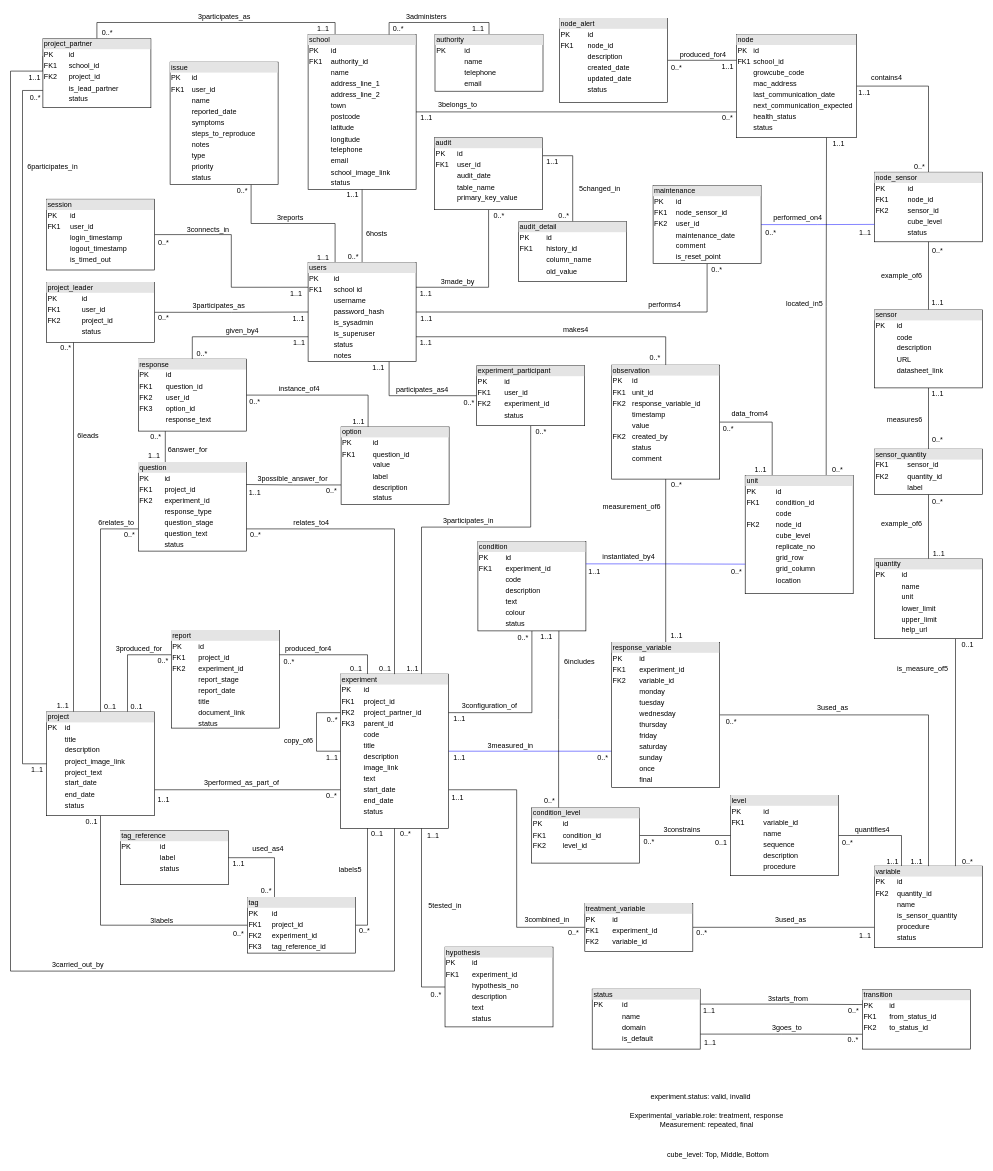
Above: Documentation/ER diagram dandelion.drawio in Dandelion-dev-team/dandelion (draw.io), before the change. Source tidied: cells renumbered, new cells numbered last; positions are measured from the earlier drawing's top-left corner, leaving out a move shared by most shapes. Both pictures are drawn from the tidied source at 60%, with x=0, y=0 at pixel (10, 10).
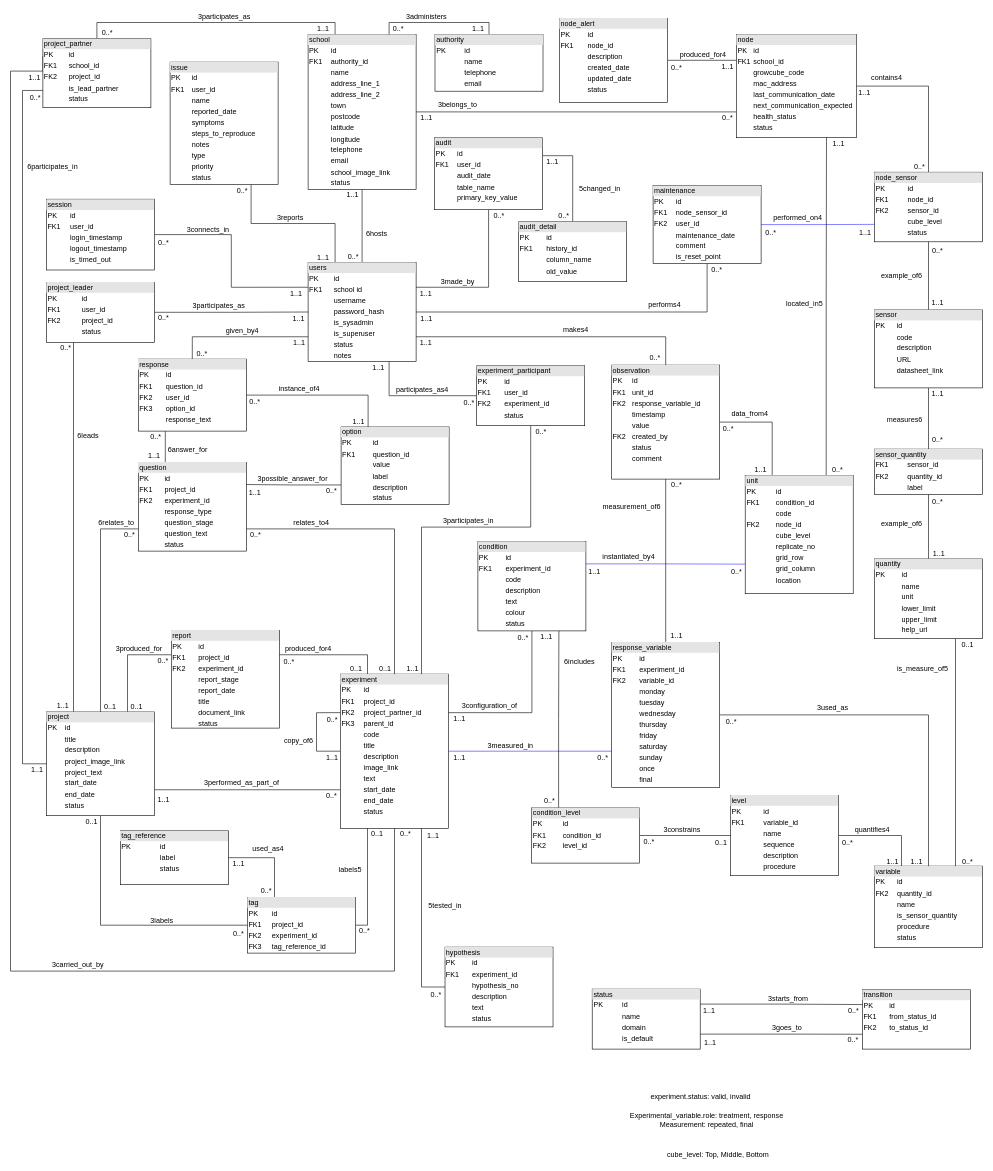
The same page after the edit.

Unchanged cells that the change refers to:
```xml
<mxCell id="22" value="&lt;div style=&quot;box-sizing: border-box ; width: 100% ; background: #e4e4e4 ; padding: 2px&quot;&gt;experiment&lt;/div&gt;&lt;table style=&quot;width: 100% ; font-size: 1em&quot; cellpadding=&quot;2&quot; cellspacing=&quot;0&quot;&gt;&lt;tbody&gt;&lt;tr&gt;&lt;td&gt;PK&lt;/td&gt;&lt;td&gt;id&lt;/td&gt;&lt;/tr&gt;&lt;tr&gt;&lt;td&gt;FK1&lt;/td&gt;&lt;td&gt;project_id&lt;/td&gt;&lt;/tr&gt;&lt;tr&gt;&lt;td&gt;FK2&lt;/td&gt;&lt;td&gt;project_partner_id&lt;/td&gt;&lt;/tr&gt;&lt;tr&gt;&lt;td&gt;FK3&lt;/td&gt;&lt;td&gt;parent_id&lt;/td&gt;&lt;/tr&gt;&lt;tr&gt;&lt;td&gt;&lt;/td&gt;&lt;td&gt;code&lt;/td&gt;&lt;/tr&gt;&lt;tr&gt;&lt;td&gt;&lt;br&gt;&lt;/td&gt;&lt;td&gt;title&lt;/td&gt;&lt;/tr&gt;&lt;tr&gt;&lt;td&gt;&lt;br&gt;&lt;/td&gt;&lt;td&gt;description&lt;/td&gt;&lt;/tr&gt;&lt;tr&gt;&lt;td&gt;&lt;br&gt;&lt;/td&gt;&lt;td&gt;image_link&lt;/td&gt;&lt;/tr&gt;&lt;tr&gt;&lt;td&gt;&lt;br&gt;&lt;/td&gt;&lt;td&gt;text&lt;/td&gt;&lt;/tr&gt;&lt;tr&gt;&lt;td&gt;&lt;br&gt;&lt;/td&gt;&lt;td&gt;start_date&lt;/td&gt;&lt;/tr&gt;&lt;tr&gt;&lt;td&gt;&lt;br&gt;&lt;/td&gt;&lt;td&gt;end_date&lt;/td&gt;&lt;/tr&gt;&lt;tr&gt;&lt;td&gt;&lt;br&gt;&lt;/td&gt;&lt;td&gt;status&lt;/td&gt;&lt;/tr&gt;&lt;/tbody&gt;&lt;/table&gt;" style="verticalAlign=top;align=left;overflow=fill;html=1;" parent="1" vertex="1">
  <mxGeometry x="550" y="1106" width="180" height="257" as="geometry" />
</mxCell>
<mxCell id="26" value="&lt;div style=&quot;box-sizing: border-box ; width: 100% ; background: #e4e4e4 ; padding: 2px&quot;&gt;variable&lt;/div&gt;&lt;table style=&quot;width: 100% ; font-size: 1em&quot; cellpadding=&quot;2&quot; cellspacing=&quot;0&quot;&gt;&lt;tbody&gt;&lt;tr&gt;&lt;td&gt;PK&lt;/td&gt;&lt;td&gt;id&lt;/td&gt;&lt;/tr&gt;&lt;tr&gt;&lt;td&gt;FK2&lt;/td&gt;&lt;td&gt;quantity_id&lt;/td&gt;&lt;/tr&gt;&lt;tr&gt;&lt;td&gt;&lt;br&gt;&lt;/td&gt;&lt;td&gt;name&lt;/td&gt;&lt;/tr&gt;&lt;tr&gt;&lt;td&gt;&lt;br&gt;&lt;/td&gt;&lt;td&gt;is_sensor_quantity&lt;/td&gt;&lt;/tr&gt;&lt;tr&gt;&lt;td&gt;&lt;br&gt;&lt;/td&gt;&lt;td&gt;procedure&lt;/td&gt;&lt;/tr&gt;&lt;tr&gt;&lt;td&gt;&lt;br&gt;&lt;/td&gt;&lt;td&gt;status&lt;/td&gt;&lt;/tr&gt;&lt;/tbody&gt;&lt;/table&gt;" style="verticalAlign=top;align=left;overflow=fill;html=1;" parent="1" vertex="1">
  <mxGeometry x="1440" y="1426" width="180" height="136" as="geometry" />
</mxCell>
```

What changed in the source:
```diff
@@
-    <mxCell id="20" style="edgeStyle=orthogonalEdgeStyle;rounded=0;jettySize=auto;html=1;exitX=1;exitY=0.75;exitDx=0;exitDy=0;entryX=0;entryY=0.5;entryDx=0;entryDy=0;endArrow=none;endFill=0;" parent="1" edge="1" source="22" target="182">
-      <mxGeometry relative="1" as="geometry" />
-    </mxCell>
@@
-    <mxCell id="25" style="edgeStyle=orthogonalEdgeStyle;rounded=0;jettySize=auto;html=1;entryX=1;entryY=0.5;entryDx=0;entryDy=0;endArrow=none;endFill=0;exitX=0;exitY=0.75;exitDx=0;exitDy=0;" parent="1" edge="1" source="26" target="182">
-      <mxGeometry relative="1" as="geometry" />
-    </mxCell>
@@
-    <mxCell id="182" value="&lt;div style=&quot;box-sizing: border-box ; width: 100% ; background: #e4e4e4 ; padding: 2px&quot;&gt;treatment_variable&lt;/div&gt;&lt;table style=&quot;width: 100% ; font-size: 1em&quot; cellpadding=&quot;2&quot; cellspacing=&quot;0&quot;&gt;&lt;tbody&gt;&lt;tr&gt;&lt;td&gt;PK&lt;/td&gt;&lt;td&gt;id&lt;/td&gt;&lt;/tr&gt;&lt;tr&gt;&lt;td&gt;FK1&lt;/td&gt;&lt;td&gt;experiment_id&lt;/td&gt;&lt;/tr&gt;&lt;tr&gt;&lt;td&gt;FK2&lt;/td&gt;&lt;td&gt;variable_id&lt;/td&gt;&lt;/tr&gt;&lt;/tbody&gt;&lt;/table&gt;" style="verticalAlign=top;align=left;overflow=fill;html=1;" parent="1" vertex="1">
-      <mxGeometry x="957.2" y="1488" width="180" height="80" as="geometry" />
-    </mxCell>
@@
-    <mxCell id="194" value="1..1" style="text;html=1;align=center;verticalAlign=middle;strokeColor=none;fillColor=none;" parent="1" vertex="1">
-      <mxGeometry x="725" y="1303" width="40" height="20" as="geometry" />
-    </mxCell>
-    <mxCell id="195" value="1..1" style="text;html=1;align=center;verticalAlign=middle;strokeColor=none;fillColor=none;" parent="1" vertex="1">
-      <mxGeometry x="1404" y="1533" width="40" height="20" as="geometry" />
-    </mxCell>
@@
-    <mxCell id="197" value="0..*" style="text;html=1;align=center;verticalAlign=middle;strokeColor=none;fillColor=none;" parent="1" vertex="1">
-      <mxGeometry x="923.2" y="1528" width="30" height="20" as="geometry" />
-    </mxCell>
-    <mxCell id="198" value="0..*" style="text;html=1;align=center;verticalAlign=middle;strokeColor=none;fillColor=none;" parent="1" vertex="1">
-      <mxGeometry x="1137.2" y="1528" width="30" height="20" as="geometry" />
-    </mxCell>
@@
-    <mxCell id="200" value="&lt;font face=&quot;webdings&quot;&gt;3&lt;/font&gt;combined_in" style="text;html=1;align=center;verticalAlign=middle;strokeColor=none;fillColor=none;" parent="1" vertex="1">
-      <mxGeometry x="844" y="1506" width="100" height="20" as="geometry" />
-    </mxCell>
-    <mxCell id="201" value="&lt;font face=&quot;webdings&quot;&gt;3&lt;/font&gt;used_as" style="text;html=1;align=center;verticalAlign=middle;strokeColor=none;fillColor=none;" parent="1" vertex="1">
-      <mxGeometry x="1264.5" y="1506" width="70" height="20" as="geometry" />
-    </mxCell>
```
